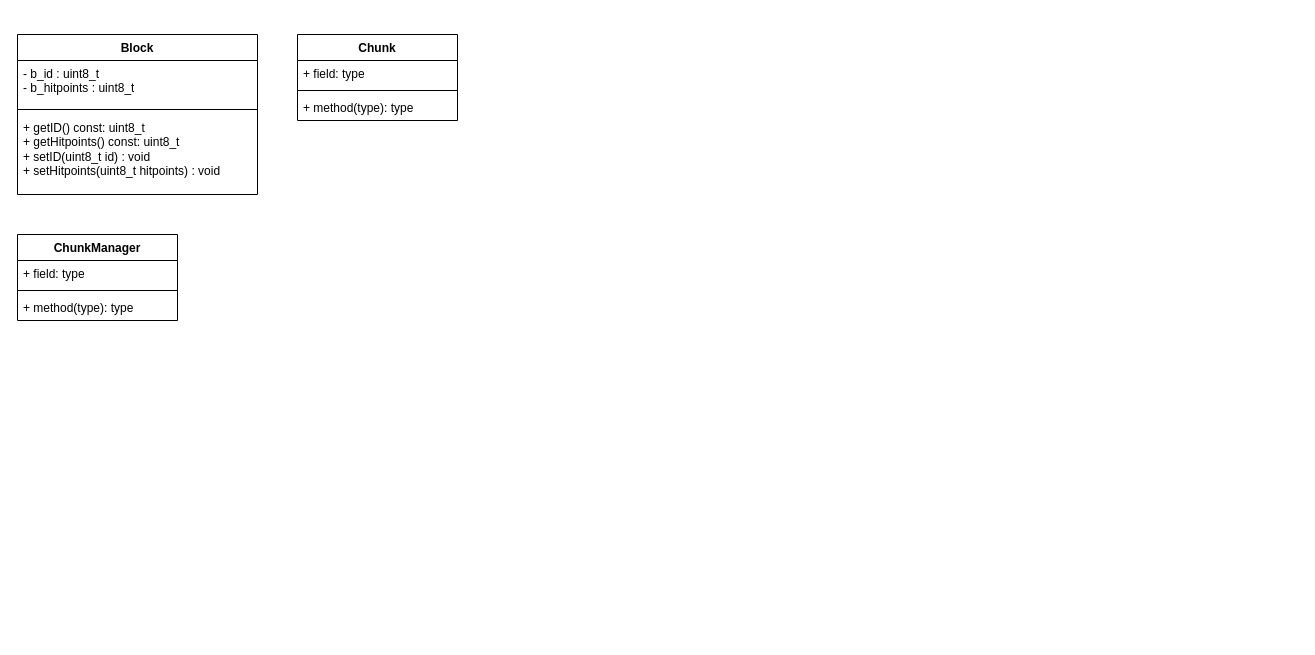
Earlier version of the draw.io diagram classes/Class Diagramm.drawio (LR6549/VBound). Source tidied: cells renumbered, new cells numbered last; positions are measured from the earlier drawing's top-left corner, leaving out a move shared by most shapes. Both pictures are drawn from the tidied source at 100%, with x=0, y=0 at pixel (17, 34).
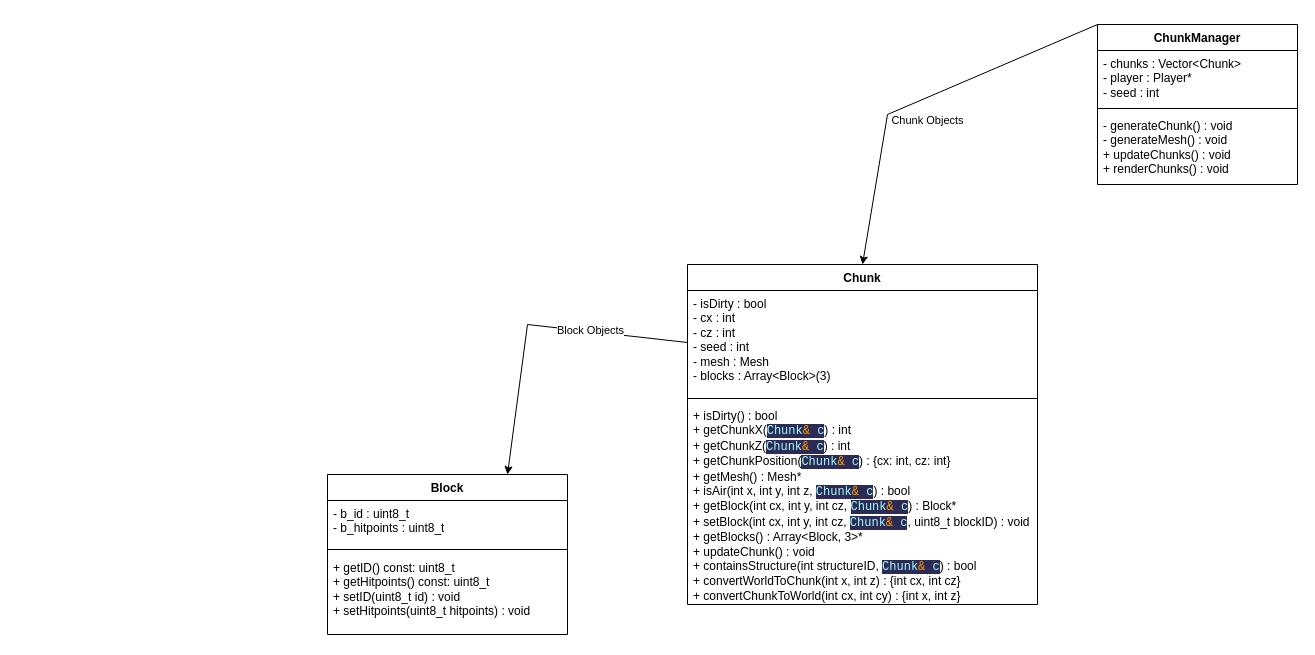
The same page after the edit.

Diff of the diagram source:
```diff
@@
     <mxCell id="2" value="Chunk" style="swimlane;fontStyle=1;align=center;verticalAlign=top;horizontal=1;startSize=26;whiteSpace=wrap;html=1;" parent="1" vertex="1">
-      <mxGeometry x="280" width="160" height="86" as="geometry" />
+      <mxGeometry x="670" y="230" width="350" height="340" as="geometry" />
     </mxCell>
-    <mxCell id="3" value="+ field: type" style="text;strokeColor=none;fillColor=none;align=left;verticalAlign=top;spacingLeft=4;spacingRight=4;overflow=hidden;points=[[0,0.5],[1,0.5]];portConstraint=eastwest;whiteSpace=wrap;html=1;" parent="2" vertex="1">
-      <mxGeometry y="26" width="160" height="26" as="geometry" />
+    <mxCell id="3" value="- isDirty : bool&lt;br&gt;- cx : int&lt;div&gt;- cz : int&lt;br&gt;- seed : int&lt;br&gt;&lt;div&gt;- mesh : Mesh&lt;/div&gt;&lt;div&gt;- blocks : Array&amp;lt;Block&amp;gt;(3)&lt;/div&gt;&lt;/div&gt;" style="text;strokeColor=none;fillColor=none;align=left;verticalAlign=top;spacingLeft=4;spacingRight=4;overflow=hidden;points=[[0,0.5],[1,0.5]];portConstraint=eastwest;whiteSpace=wrap;html=1;" parent="2" vertex="1">
+      <mxGeometry y="26" width="350" height="104" as="geometry" />
     </mxCell>
     <mxCell id="4" style="line;strokeWidth=1;fillColor=none;align=left;verticalAlign=middle;spacingTop=-1;spacingLeft=3;spacingRight=3;labelPosition=right;strokeColor=inherit;" parent="2" vertex="1">
-      <mxGeometry y="52" width="160" height="8" as="geometry" />
+      <mxGeometry y="130" width="350" height="8" as="geometry" />
     </mxCell>
-    <mxCell id="5" value="+ method(type): type" style="text;strokeColor=none;fillColor=none;align=left;verticalAlign=top;spacingLeft=4;spacingRight=4;overflow=hidden;whiteSpace=wrap;html=1;" parent="2" vertex="1">
-      <mxGeometry y="60" width="160" height="26" as="geometry" />
+    <mxCell id="5" value="+ isDirty() : bool&lt;br&gt;+ getChunkX(&lt;span style=&quot;font-family: &amp;quot;JetBrains Mono&amp;quot;, monospace; background-color: rgb(45, 43, 85); color: rgb(158, 255, 255);&quot;&gt;Chunk&lt;/span&gt;&lt;span style=&quot;font-family: &amp;quot;JetBrains Mono&amp;quot;, monospace; background-color: rgb(45, 43, 85); color: rgb(255, 157, 0);&quot;&gt;&amp;amp; &lt;/span&gt;&lt;span style=&quot;font-family: &amp;quot;JetBrains Mono&amp;quot;, monospace; background-color: rgb(45, 43, 85); color: rgb(158, 255, 255);&quot;&gt;c&lt;/span&gt;&lt;span style=&quot;background-color: transparent; color: light-dark(rgb(0, 0, 0), rgb(255, 255, 255));&quot;&gt;) : int&lt;/span&gt;&lt;br&gt;+ getChunkZ(&lt;span style=&quot;font-family: &amp;quot;JetBrains Mono&amp;quot;, monospace; background-color: rgb(45, 43, 85); color: rgb(158, 255, 255);&quot;&gt;Chunk&lt;/span&gt;&lt;span style=&quot;font-family: &amp;quot;JetBrains Mono&amp;quot;, monospace; background-color: rgb(45, 43, 85); color: rgb(255, 157, 0);&quot;&gt;&amp;amp; &lt;/span&gt;&lt;span style=&quot;font-family: &amp;quot;JetBrains Mono&amp;quot;, monospace; background-color: rgb(45, 43, 85); color: rgb(158, 255, 255);&quot;&gt;c&lt;/span&gt;&lt;span style=&quot;background-color: transparent; color: light-dark(rgb(0, 0, 0), rgb(255, 255, 255));&quot;&gt;) : int&lt;/span&gt;&lt;br&gt;+ getChunkPosition(&lt;span style=&quot;font-family: &amp;quot;JetBrains Mono&amp;quot;, monospace; background-color: rgb(45, 43, 85); color: rgb(158, 255, 255);&quot;&gt;Chunk&lt;/span&gt;&lt;span style=&quot;font-family: &amp;quot;JetBrains Mono&amp;quot;, monospace; background-color: rgb(45, 43, 85); color: rgb(255, 157, 0);&quot;&gt;&amp;amp; &lt;/span&gt;&lt;span style=&quot;font-family: &amp;quot;JetBrains Mono&amp;quot;, monospace; background-color: rgb(45, 43, 85); color: rgb(158, 255, 255);&quot;&gt;c&lt;/span&gt;&lt;span style=&quot;background-color: transparent; color: light-dark(rgb(0, 0, 0), rgb(255, 255, 255));&quot;&gt;) : {cx: int, cz: int}&lt;/span&gt;&lt;br&gt;&lt;div&gt;+ getMesh() : Mesh*&lt;br&gt;+ isAir(int x, int y, int z,&amp;nbsp;&lt;span style=&quot;font-family: &amp;quot;JetBrains Mono&amp;quot;, monospace; background-color: rgb(45, 43, 85); color: rgb(158, 255, 255);&quot;&gt;Chunk&lt;/span&gt;&lt;span style=&quot;font-family: &amp;quot;JetBrains Mono&amp;quot;, monospace; background-color: rgb(45, 43, 85); color: rgb(255, 157, 0);&quot;&gt;&amp;amp; &lt;/span&gt;&lt;span style=&quot;font-family: &amp;quot;JetBrains Mono&amp;quot;, monospace; background-color: rgb(45, 43, 85); color: rgb(158, 255, 255);&quot;&gt;c&lt;/span&gt;&lt;span style=&quot;background-color: transparent; color: light-dark(rgb(0, 0, 0), rgb(255, 255, 255));&quot;&gt;) : bool&lt;/span&gt;&lt;/div&gt;&lt;div&gt;+ getBlock(int cx, int y, int cz&lt;span style=&quot;background-color: transparent; color: light-dark(rgb(0, 0, 0), rgb(255, 255, 255));&quot;&gt;,&amp;nbsp;&lt;/span&gt;&lt;span style=&quot;font-family: &amp;quot;JetBrains Mono&amp;quot;, monospace; background-color: rgb(45, 43, 85); color: rgb(158, 255, 255);&quot;&gt;Chunk&lt;/span&gt;&lt;span style=&quot;font-family: &amp;quot;JetBrains Mono&amp;quot;, monospace; background-color: rgb(45, 43, 85); color: rgb(255, 157, 0);&quot;&gt;&amp;amp;&amp;nbsp;&lt;/span&gt;&lt;span style=&quot;font-family: &amp;quot;JetBrains Mono&amp;quot;, monospace; background-color: rgb(45, 43, 85); color: rgb(158, 255, 255);&quot;&gt;c&lt;/span&gt;&lt;span style=&quot;background-color: transparent; color: light-dark(rgb(0, 0, 0), rgb(255, 255, 255));&quot;&gt;) : Block*&lt;/span&gt;&lt;/div&gt;&lt;div&gt;+ setBlock(int cx, int y, int cz&lt;span style=&quot;background-color: transparent; color: light-dark(rgb(0, 0, 0), rgb(255, 255, 255));&quot;&gt;,&amp;nbsp;&lt;/span&gt;&lt;span style=&quot;font-family: &amp;quot;JetBrains Mono&amp;quot;, monospace; background-color: rgb(45, 43, 85); color: rgb(158, 255, 255);&quot;&gt;Chunk&lt;/span&gt;&lt;span style=&quot;font-family: &amp;quot;JetBrains Mono&amp;quot;, monospace; background-color: rgb(45, 43, 85); color: rgb(255, 157, 0);&quot;&gt;&amp;amp;&amp;nbsp;&lt;/span&gt;&lt;span style=&quot;font-family: &amp;quot;JetBrains Mono&amp;quot;, monospace; background-color: rgb(45, 43, 85); color: rgb(158, 255, 255);&quot;&gt;c&lt;/span&gt;&lt;span style=&quot;background-color: transparent; color: light-dark(rgb(0, 0, 0), rgb(255, 255, 255));&quot;&gt;, uint8_t blockID) : void&lt;br&gt;+ getBlocks() : Array&amp;lt;Block, 3&amp;gt;*&lt;/span&gt;&lt;/div&gt;&lt;div&gt;+ updateChunk() : void&lt;/div&gt;&lt;div&gt;+ containsStructure(int structureID&lt;span style=&quot;background-color: transparent; color: light-dark(rgb(0, 0, 0), rgb(255, 255, 255));&quot;&gt;,&amp;nbsp;&lt;/span&gt;&lt;span style=&quot;font-family: &amp;quot;JetBrains Mono&amp;quot;, monospace; background-color: rgb(45, 43, 85); color: rgb(158, 255, 255);&quot;&gt;Chunk&lt;/span&gt;&lt;span style=&quot;font-family: &amp;quot;JetBrains Mono&amp;quot;, monospace; background-color: rgb(45, 43, 85); color: rgb(255, 157, 0);&quot;&gt;&amp;amp;&amp;nbsp;&lt;/span&gt;&lt;span style=&quot;font-family: &amp;quot;JetBrains Mono&amp;quot;, monospace; background-color: rgb(45, 43, 85); color: rgb(158, 255, 255);&quot;&gt;c&lt;/span&gt;&lt;span style=&quot;background-color: transparent; color: light-dark(rgb(0, 0, 0), rgb(255, 255, 255));&quot;&gt;) : bool&lt;/span&gt;&lt;/div&gt;&lt;div&gt;+ convertWorldToChunk(int x, int z) : {int cx, int cz}&lt;br&gt;+ convertChunkToWorld(int cx, int cy) : {int x, int z}&lt;/div&gt;" style="text;strokeColor=none;fillColor=none;align=left;verticalAlign=top;spacingLeft=4;spacingRight=4;overflow=hidden;whiteSpace=wrap;html=1;" parent="2" vertex="1">
+      <mxGeometry y="138" width="350" height="202" as="geometry" />
     </mxCell>
     <mxCell id="6" value="Block" style="swimlane;fontStyle=1;align=center;verticalAlign=top;horizontal=1;startSize=26;whiteSpace=wrap;html=1;" parent="1" vertex="1">
-      <mxGeometry width="240" height="160" as="geometry" />
+      <mxGeometry x="310" y="440" width="240" height="160" as="geometry" />
     </mxCell>
@@
     <mxCell id="10" value="ChunkManager" style="swimlane;fontStyle=1;align=center;verticalAlign=top;horizontal=1;startSize=26;whiteSpace=wrap;html=1;" parent="1" vertex="1">
-      <mxGeometry y="200" width="160" height="86" as="geometry" />
+      <mxGeometry x="1080" y="-10" width="200" height="160" as="geometry" />
     </mxCell>
-    <mxCell id="11" value="+ field: type" style="text;strokeColor=none;fillColor=none;align=left;verticalAlign=top;spacingLeft=4;spacingRight=4;overflow=hidden;whiteSpace=wrap;html=1;" parent="10" vertex="1">
-      <mxGeometry y="26" width="160" height="26" as="geometry" />
+    <mxCell id="11" value="- chunks : Vector&amp;lt;Chunk&amp;gt;&lt;br&gt;- player : Player*&lt;div&gt;- seed : int&lt;/div&gt;" style="text;strokeColor=none;fillColor=none;align=left;verticalAlign=top;spacingLeft=4;spacingRight=4;overflow=hidden;whiteSpace=wrap;html=1;" parent="10" vertex="1">
+      <mxGeometry y="26" width="200" height="54" as="geometry" />
     </mxCell>
     <mxCell id="12" style="line;strokeWidth=1;fillColor=none;align=left;verticalAlign=middle;spacingTop=-1;spacingLeft=3;spacingRight=3;labelPosition=right;strokeColor=inherit;" parent="10" vertex="1">
-      <mxGeometry y="52" width="160" height="8" as="geometry" />
+      <mxGeometry y="80" width="200" height="8" as="geometry" />
     </mxCell>
-    <mxCell id="13" value="+ method(type): type" style="text;strokeColor=none;fillColor=none;align=left;verticalAlign=top;spacingLeft=4;spacingRight=4;overflow=hidden;whiteSpace=wrap;html=1;" parent="10" vertex="1">
-      <mxGeometry y="60" width="160" height="26" as="geometry" />
+    <mxCell id="13" value="- generateChunk() : void&lt;br&gt;- generateMesh() : void&lt;br&gt;+ updateChunks() : void&lt;div&gt;+ renderChunks() : void&lt;/div&gt;" style="text;strokeColor=none;fillColor=none;align=left;verticalAlign=top;spacingLeft=4;spacingRight=4;overflow=hidden;whiteSpace=wrap;html=1;" parent="10" vertex="1">
+      <mxGeometry y="88" width="200" height="72" as="geometry" />
     </mxCell>
+    <mxCell id="14" style="endArrow=classic;html=1;rounded=0;exitX=0;exitY=0.5;exitDx=0;exitDy=0;entryX=0.75;entryY=0;entryDx=0;entryDy=0;" parent="1" edge="1" source="3" target="6">
+      <mxGeometry relative="1" as="geometry">
+        <Array as="points">
+          <mxPoint x="510" y="290" />
+        </Array>
+      </mxGeometry>
+    </mxCell>
+    <mxCell id="15" value="Block Objects" style="edgeLabel;html=1;align=center;verticalAlign=middle;" parent="14" vertex="1">
+      <mxGeometry x="-0.29" relative="1" as="geometry">
+        <mxPoint x="13" as="offset" />
+      </mxGeometry>
+    </mxCell>
+    <mxCell id="16" style="endArrow=classic;html=1;rounded=0;exitX=0;exitY=0;exitDx=0;exitDy=0;entryX=0.5;entryY=0;entryDx=0;entryDy=0;" parent="1" edge="1" source="10" target="2">
+      <mxGeometry relative="1" as="geometry">
+        <Array as="points">
+          <mxPoint x="870" y="80" />
+        </Array>
+      </mxGeometry>
+    </mxCell>
+    <mxCell id="17" value="Chunk Objects" style="edgeLabel;html=1;align=center;verticalAlign=middle;" parent="16" vertex="1">
+      <mxGeometry x="-0.02" relative="1" as="geometry">
+        <mxPoint y="22" as="offset" />
+      </mxGeometry>
+    </mxCell>
```
